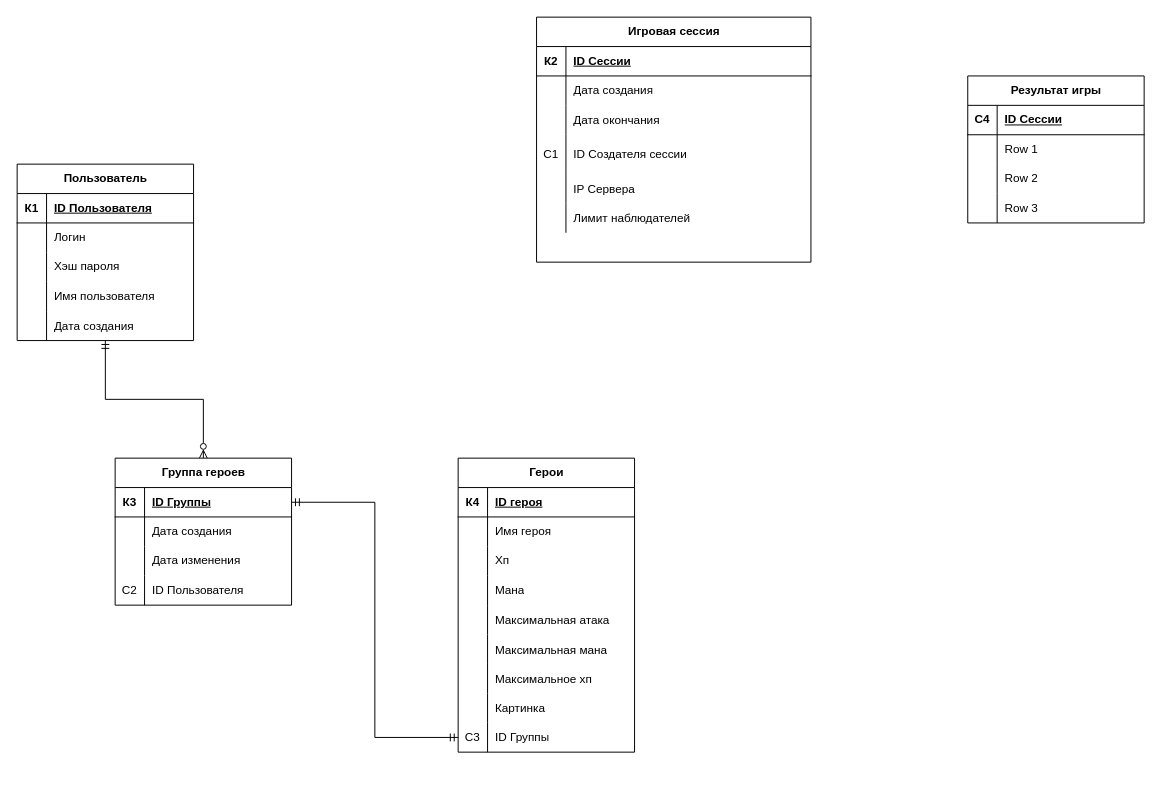
Above: page "Страница-3" (3 of 4) of database_diagram.drawio in 44656e6973/JavaSpringGame (draw.io), before the change. Source tidied: cells renumbered, new cells numbered last; positions are measured from the earlier drawing's top-left corner, leaving out a move shared by most shapes. Both pictures are drawn from the tidied source at 98%, with x=0, y=0 at pixel (17, 17).
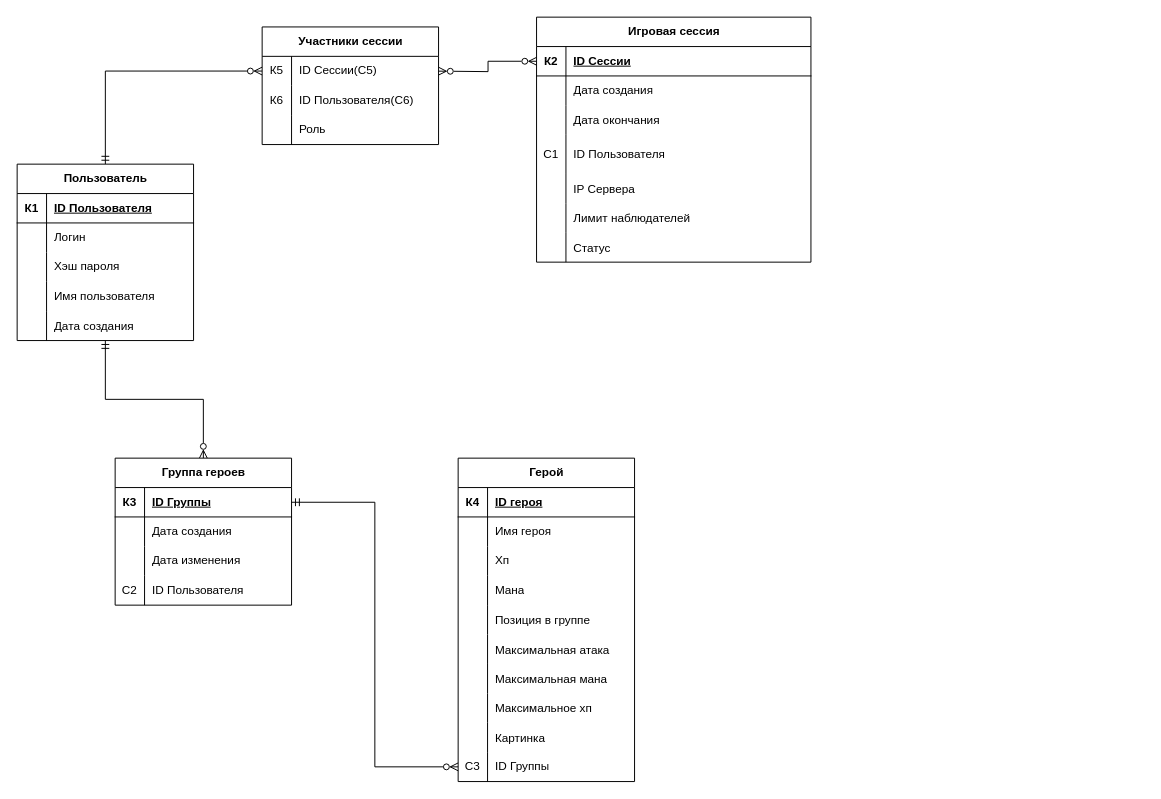
The same diagram, later.

Unchanged cells that the change refers to:
```xml
<mxCell id="3" value="Пользователь" style="shape=table;startSize=30;childLayout=tableLayout;rowLines=0;fontStyle=1;align=center;html=1;" parent="1" vertex="1">
  <mxGeometry y="150" width="180" height="180" as="geometry" />
</mxCell>
<mxCell id="19" value="Игровая сессия" style="shape=table;startSize=30;childLayout=tableLayout;rowLines=0;fontStyle=1;align=center;html=1;" parent="1" vertex="1">
  <mxGeometry x="530" width="280" height="250" as="geometry" />
</mxCell>
<mxCell id="20" style="shape=tableRow;horizontal=0;startSize=0;swimlaneHead=0;swimlaneBody=0;fillColor=none;points=[[0,0.5],[1,0.5]];portConstraint=eastwest;top=0;left=0;right=0;bottom=1;" parent="19" vertex="1">
  <mxGeometry y="30" width="280" height="30" as="geometry" />
</mxCell>
<mxCell id="29" style="shape=tableRow;horizontal=0;startSize=0;swimlaneHead=0;swimlaneBody=0;fillColor=none;top=0;left=0;right=0;bottom=0;" parent="19" vertex="1">
  <mxGeometry y="120" width="280" height="40" as="geometry" />
</mxCell>
<mxCell id="67" style="shape=tableRow;horizontal=0;startSize=0;swimlaneHead=0;swimlaneBody=0;fillColor=none;points=[[0,0.5],[1,0.5]];portConstraint=eastwest;top=0;left=0;right=0;bottom=1;" parent="66" vertex="1">
  <mxGeometry y="30" width="180" height="30" as="geometry" />
</mxCell>
```

The edit, as a diff of the source:
```diff
@@
+    <mxCell id="93" style="edgeStyle=orthogonalEdgeStyle;rounded=0;jettySize=auto;html=1;startArrow=ERmandOne;startFill=0;endArrow=ERzeroToMany;endFill=0;entryX=0;entryY=0.5;entryDx=0;entryDy=0;" parent="1" edge="1" source="3" target="101">
+      <mxGeometry relative="1" as="geometry" />
+    </mxCell>
@@
-    <mxCell id="31" value="ID Создателя сессии" style="shape=partialRectangle;fillColor=none;top=0;left=0;bottom=0;right=0;align=left;spacingLeft=6;fontStyle=0;overflow=hidden;whiteSpace=wrap;html=1;" parent="29" vertex="1">
+    <mxCell id="31" value="ID Пользователя" style="shape=partialRectangle;fillColor=none;top=0;left=0;bottom=0;right=0;align=left;spacingLeft=6;fontStyle=0;overflow=hidden;whiteSpace=wrap;html=1;" parent="29" vertex="1">
       <mxGeometry x="30" width="250" height="40" as="geometry" />
     </mxCell>
@@
+    <mxCell id="94" style="shape=tableRow;horizontal=0;startSize=0;swimlaneHead=0;swimlaneBody=0;fillColor=none;top=0;left=0;right=0;bottom=0;" parent="19" vertex="1">
+      <mxGeometry y="220" width="280" height="30" as="geometry" />
+    </mxCell>
+    <mxCell id="95" style="shape=partialRectangle;fillColor=none;top=0;left=0;bottom=0;right=0;overflow=hidden;" parent="94" vertex="1">
+      <mxGeometry width="30" height="30" as="geometry" />
+    </mxCell>
+    <mxCell id="96" value="Статус" style="shape=partialRectangle;fillColor=none;top=0;left=0;bottom=0;right=0;align=left;spacingLeft=6;overflow=hidden;" parent="94" vertex="1">
+      <mxGeometry x="30" width="250" height="30" as="geometry" />
+    </mxCell>
-    <mxCell id="38" value="Герои" style="shape=table;startSize=30;childLayout=tableLayout;rowLines=0;fontStyle=1;align=center;html=1;" parent="1" vertex="1">
-      <mxGeometry x="450" y="450" width="180" height="300" as="geometry" />
+    <mxCell id="38" value="Герой" style="shape=table;startSize=30;childLayout=tableLayout;rowLines=0;fontStyle=1;align=center;html=1;" parent="1" vertex="1">
+      <mxGeometry x="450" y="450" width="180" height="330" as="geometry" />
     </mxCell>
@@
+    <mxCell id="97" style="shape=tableRow;horizontal=0;startSize=0;swimlaneHead=0;swimlaneBody=0;fillColor=none;top=0;left=0;right=0;bottom=0;" parent="38" vertex="1">
+      <mxGeometry y="150" width="180" height="30" as="geometry" />
+    </mxCell>
+    <mxCell id="98" style="shape=partialRectangle;fillColor=none;top=0;left=0;bottom=0;right=0;overflow=hidden;" parent="97" vertex="1">
+      <mxGeometry width="30" height="30" as="geometry" />
+    </mxCell>
+    <mxCell id="99" value="Позиция в группе" style="shape=partialRectangle;fillColor=none;top=0;left=0;bottom=0;right=0;align=left;spacingLeft=6;overflow=hidden;" parent="97" vertex="1">
+      <mxGeometry x="30" width="150" height="30" as="geometry" />
+    </mxCell>
     <mxCell id="51" style="shape=tableRow;horizontal=0;startSize=0;swimlaneHead=0;swimlaneBody=0;fillColor=none;top=0;left=0;right=0;bottom=0;" parent="38" vertex="1">
-      <mxGeometry y="150" width="180" height="30" as="geometry" />
+      <mxGeometry y="180" width="180" height="30" as="geometry" />
     </mxCell>
@@
     <mxCell id="54" style="shape=tableRow;horizontal=0;startSize=0;swimlaneHead=0;swimlaneBody=0;fillColor=none;top=0;left=0;right=0;bottom=0;" parent="38" vertex="1">
-      <mxGeometry y="180" width="180" height="30" as="geometry" />
+      <mxGeometry y="210" width="180" height="30" as="geometry" />
     </mxCell>
@@
     <mxCell id="57" style="shape=tableRow;horizontal=0;startSize=0;swimlaneHead=0;swimlaneBody=0;fillColor=none;top=0;left=0;right=0;bottom=0;" parent="38" vertex="1">
-      <mxGeometry y="210" width="180" height="30" as="geometry" />
+      <mxGeometry y="240" width="180" height="30" as="geometry" />
     </mxCell>
@@
     <mxCell id="60" style="shape=tableRow;horizontal=0;startSize=0;swimlaneHead=0;swimlaneBody=0;fillColor=none;top=0;left=0;right=0;bottom=0;" parent="38" vertex="1">
-      <mxGeometry y="240" width="180" height="30" as="geometry" />
+      <mxGeometry y="270" width="180" height="30" as="geometry" />
     </mxCell>
@@
     <mxCell id="63" style="shape=tableRow;horizontal=0;startSize=0;swimlaneHead=0;swimlaneBody=0;fillColor=none;points=[[0,0.5],[1,0.5]];portConstraint=eastwest;top=0;left=0;right=0;bottom=0;" parent="38" vertex="1">
-      <mxGeometry y="270" width="180" height="30" as="geometry" />
+      <mxGeometry y="300" width="180" height="30" as="geometry" />
     </mxCell>
@@
-    <mxCell id="79" style="edgeStyle=orthogonalEdgeStyle;rounded=0;jettySize=auto;html=1;entryX=0;entryY=0.5;entryDx=0;entryDy=0;startArrow=ERmandOne;startFill=0;endArrow=ERmandOne;endFill=0;" parent="1" edge="1" source="67" target="63">
+    <mxCell id="79" style="edgeStyle=orthogonalEdgeStyle;rounded=0;jettySize=auto;html=1;entryX=0;entryY=0.5;entryDx=0;entryDy=0;startArrow=ERmandOne;startFill=0;endArrow=ERzeroToMany;endFill=0;" parent="1" edge="1" source="67" target="63">
       <mxGeometry relative="1" as="geometry" />
     </mxCell>
-    <mxCell id="80" value="Результат игры" style="shape=table;startSize=30;childLayout=tableLayout;rowLines=0;fontStyle=1;align=center;html=1;" parent="1" vertex="1">
-      <mxGeometry x="970" y="60" width="180" height="150" as="geometry" />
-    </mxCell>
-    <mxCell id="81" style="shape=tableRow;horizontal=0;startSize=0;swimlaneHead=0;swimlaneBody=0;fillColor=none;top=0;left=0;right=0;bottom=1;" parent="80" vertex="1">
-      <mxGeometry y="30" width="180" height="30" as="geometry" />
-    </mxCell>
-    <mxCell id="82" value="C4" style="shape=partialRectangle;fillColor=none;top=0;left=0;bottom=0;right=0;fontStyle=1;overflow=hidden;whiteSpace=wrap;html=1;" parent="81" vertex="1">
-      <mxGeometry width="30" height="30" as="geometry" />
-    </mxCell>
-    <mxCell id="83" value="ID Сессии" style="shape=partialRectangle;fillColor=none;top=0;left=0;bottom=0;right=0;align=left;spacingLeft=6;fontStyle=5;overflow=hidden;whiteSpace=wrap;html=1;" parent="81" vertex="1">
-      <mxGeometry x="30" width="150" height="30" as="geometry" />
-    </mxCell>
+    <mxCell id="100" value="Участники сессии" style="shape=table;startSize=30;childLayout=tableLayout;rowLines=0;fontStyle=1;align=center;html=1;" parent="1" vertex="1">
+      <mxGeometry x="250" y="10" width="180" height="120" as="geometry" />
+    </mxCell>
+    <mxCell id="101" style="shape=tableRow;horizontal=0;startSize=0;swimlaneHead=0;swimlaneBody=0;fillColor=none;points=[[0,0.5],[1,0.5]];portConstraint=eastwest;top=0;left=0;right=0;bottom=0;" parent="100" vertex="1">
+      <mxGeometry y="30" width="180" height="30" as="geometry" />
+    </mxCell>
+    <mxCell id="102" value="К5" style="shape=partialRectangle;fillColor=none;top=0;left=0;bottom=0;right=0;overflow=hidden;whiteSpace=wrap;html=1;" parent="101" vertex="1">
+      <mxGeometry width="30" height="30" as="geometry" />
+    </mxCell>
+    <mxCell id="103" value="ID Сессии(С5)" style="shape=partialRectangle;fillColor=none;top=0;left=0;bottom=0;right=0;align=left;spacingLeft=6;overflow=hidden;whiteSpace=wrap;html=1;" parent="101" vertex="1">
+      <mxGeometry x="30" width="150" height="30" as="geometry" />
+    </mxCell>
-    <mxCell id="84" style="shape=tableRow;horizontal=0;startSize=0;swimlaneHead=0;swimlaneBody=0;fillColor=none;top=0;left=0;right=0;bottom=0;" parent="80" vertex="1">
+    <mxCell id="84" style="shape=tableRow;horizontal=0;startSize=0;swimlaneHead=0;swimlaneBody=0;fillColor=none;top=0;left=0;right=0;bottom=0;" parent="100" vertex="1">
       <mxGeometry y="60" width="180" height="30" as="geometry" />
     </mxCell>
-    <mxCell id="85" style="shape=partialRectangle;fillColor=none;top=0;left=0;bottom=0;right=0;overflow=hidden;whiteSpace=wrap;html=1;" parent="84" vertex="1">
-      <mxGeometry width="30" height="30" as="geometry" />
-    </mxCell>
-    <mxCell id="86" value="Row 1" style="shape=partialRectangle;fillColor=none;top=0;left=0;bottom=0;right=0;align=left;spacingLeft=6;overflow=hidden;whiteSpace=wrap;html=1;" parent="84" vertex="1">
-      <mxGeometry x="30" width="150" height="30" as="geometry" />
-    </mxCell>
+    <mxCell id="104" value="К6" style="shape=partialRectangle;fillColor=none;top=0;left=0;bottom=0;right=0;overflow=hidden;whiteSpace=wrap;html=1;" parent="84" vertex="1">
+      <mxGeometry width="30" height="30" as="geometry" />
+    </mxCell>
+    <mxCell id="105" value="ID Пользователя(С6)" style="shape=partialRectangle;fillColor=none;top=0;left=0;bottom=0;right=0;align=left;spacingLeft=6;overflow=hidden;whiteSpace=wrap;html=1;" parent="84" vertex="1">
+      <mxGeometry x="30" width="150" height="30" as="geometry" />
+    </mxCell>
-    <mxCell id="87" style="shape=tableRow;horizontal=0;startSize=0;swimlaneHead=0;swimlaneBody=0;fillColor=none;top=0;left=0;right=0;bottom=0;" parent="80" vertex="1">
+    <mxCell id="87" style="shape=tableRow;horizontal=0;startSize=0;swimlaneHead=0;swimlaneBody=0;fillColor=none;top=0;left=0;right=0;bottom=0;" parent="100" vertex="1">
       <mxGeometry y="90" width="180" height="30" as="geometry" />
     </mxCell>
-    <mxCell id="88" style="shape=partialRectangle;fillColor=none;top=0;left=0;bottom=0;right=0;overflow=hidden;whiteSpace=wrap;html=1;" parent="87" vertex="1">
-      <mxGeometry width="30" height="30" as="geometry" />
-    </mxCell>
-    <mxCell id="89" value="Row 2" style="shape=partialRectangle;fillColor=none;top=0;left=0;bottom=0;right=0;align=left;spacingLeft=6;overflow=hidden;whiteSpace=wrap;html=1;" parent="87" vertex="1">
-      <mxGeometry x="30" width="150" height="30" as="geometry" />
-    </mxCell>
-    <mxCell id="90" style="shape=tableRow;horizontal=0;startSize=0;swimlaneHead=0;swimlaneBody=0;fillColor=none;top=0;left=0;right=0;bottom=0;" parent="80" vertex="1">
-      <mxGeometry y="120" width="180" height="30" as="geometry" />
-    </mxCell>
-    <mxCell id="91" style="shape=partialRectangle;fillColor=none;top=0;left=0;bottom=0;right=0;overflow=hidden;whiteSpace=wrap;html=1;" parent="90" vertex="1">
-      <mxGeometry width="30" height="30" as="geometry" />
-    </mxCell>
-    <mxCell id="92" value="Row 3" style="shape=partialRectangle;fillColor=none;top=0;left=0;bottom=0;right=0;align=left;spacingLeft=6;overflow=hidden;whiteSpace=wrap;html=1;" parent="90" vertex="1">
-      <mxGeometry x="30" width="150" height="30" as="geometry" />
-    </mxCell>
+    <mxCell id="106" style="shape=partialRectangle;fillColor=none;top=0;left=0;bottom=0;right=0;overflow=hidden;whiteSpace=wrap;html=1;" parent="87" vertex="1">
+      <mxGeometry width="30" height="30" as="geometry" />
+    </mxCell>
+    <mxCell id="107" value="Роль" style="shape=partialRectangle;fillColor=none;top=0;left=0;bottom=0;right=0;align=left;spacingLeft=6;overflow=hidden;whiteSpace=wrap;html=1;" parent="87" vertex="1">
+      <mxGeometry x="30" width="150" height="30" as="geometry" />
+    </mxCell>
+    <mxCell id="108" style="edgeStyle=orthogonalEdgeStyle;rounded=0;jettySize=auto;html=1;startArrow=ERzeroToMany;startFill=0;endArrow=ERzeroToMany;endFill=0;" parent="1" edge="1" target="20">
+      <mxGeometry relative="1" as="geometry">
+        <mxPoint x="430" y="55.1" as="sourcePoint" />
+      </mxGeometry>
+    </mxCell>
```
